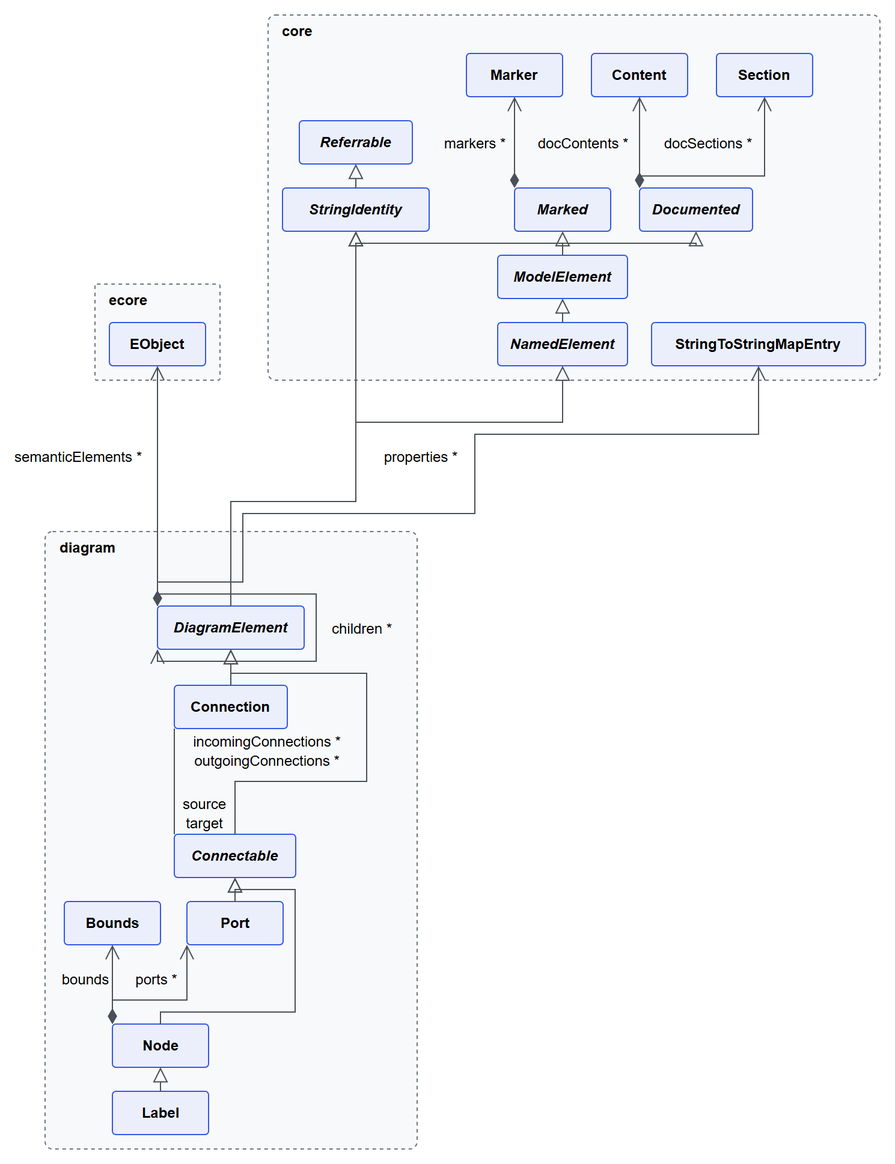
Nasdanika-SDK/runtime keeps this draw.io diagram as models/diagram/elk/src/test/resources/org/nasdanika/sdk/runtime/models/diagram/elk/tests/node-context.png. Above is the earlier version. Source tidied: cells renumbered, new cells last; positions are measured from the earlier drawing's top-left corner, leaving out a move shared by most shapes.
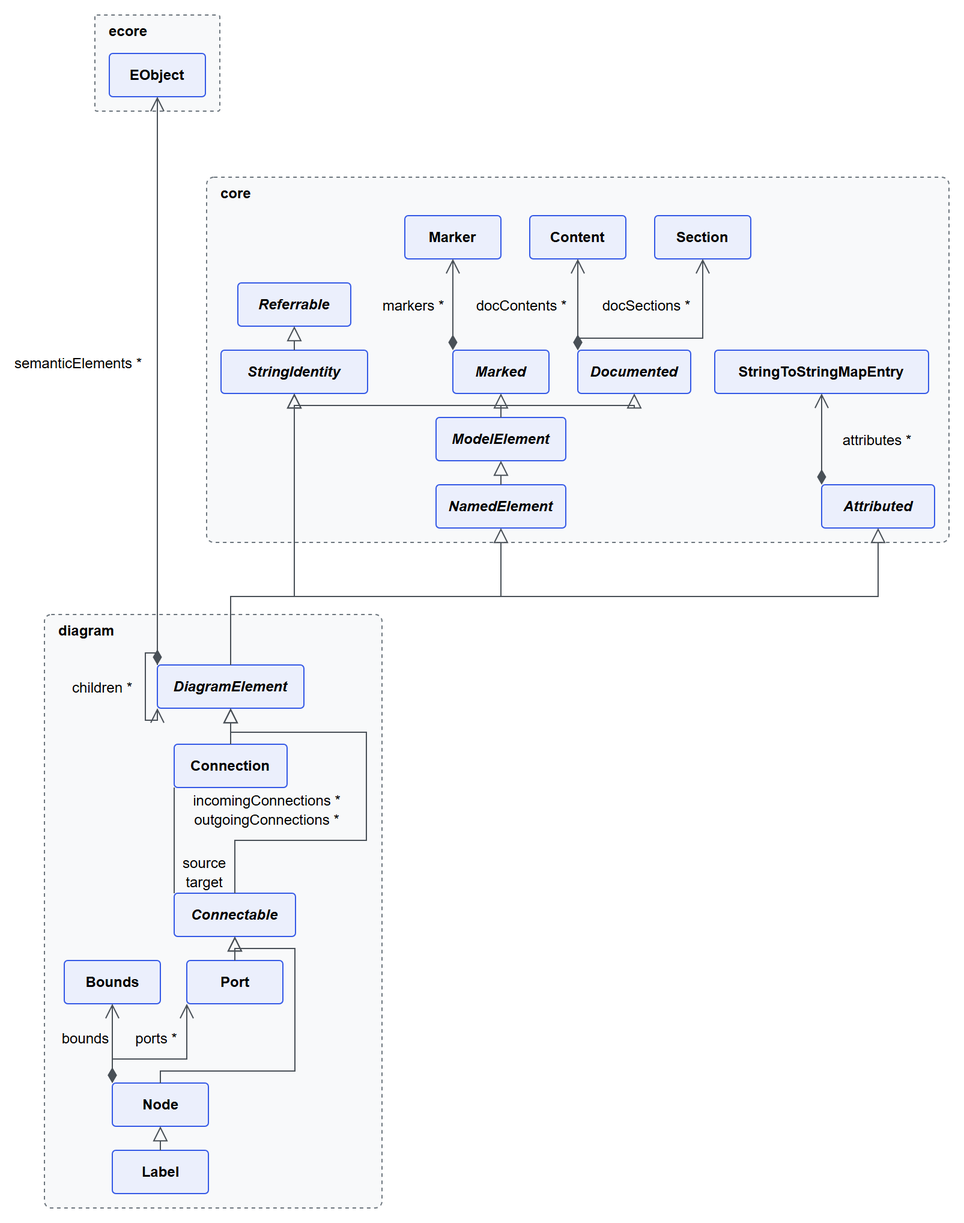
After the change.

Change to the diagram source:
```diff
@@ -3,31 +3,31 @@
     <mxCell id="0" />
     <mxCell id="1" parent="0" />
     <mxCell id="2" value="diagram" style="rounded=1;arcSize=2;whiteSpace=wrap;html=1;verticalAlign=top;align=left;spacingLeft=10;fontStyle=1;fontSize=12;fillColor=#F8F9FA;strokeColor=#6C757D;dashed=1;" parent="1" vertex="1">
-      <mxGeometry x="0.5" y="430" width="309.5" height="514" as="geometry" />
+      <mxGeometry y="499" width="281" height="494" as="geometry" />
     </mxCell>
     <mxCell id="3" value="Node" style="rounded=1;arcSize=8;whiteSpace=wrap;html=1;fillColor=#EBEFFC;strokeColor=#3459E6;fontSize=12;fontStyle=1;" parent="2" vertex="1">
-      <mxGeometry x="56" y="410" width="80" height="36" as="geometry" />
+      <mxGeometry x="56.5" y="390" width="80" height="36" as="geometry" />
     </mxCell>
     <mxCell id="4" value="DiagramElement" style="rounded=1;arcSize=8;whiteSpace=wrap;html=1;fillColor=#EBEFFC;strokeColor=#3459E6;fontSize=12;fontStyle=3;" parent="2" vertex="1">
-      <mxGeometry x="93.5" y="62" width="122" height="36" as="geometry" />
+      <mxGeometry x="94" y="42" width="122" height="36" as="geometry" />
     </mxCell>
     <mxCell id="5" value="Connectable" style="rounded=1;arcSize=8;whiteSpace=wrap;html=1;fillColor=#EBEFFC;strokeColor=#3459E6;fontSize=12;fontStyle=3;" parent="2" vertex="1">
-      <mxGeometry x="107.5" y="252" width="101" height="36" as="geometry" />
+      <mxGeometry x="108" y="232" width="101" height="36" as="geometry" />
     </mxCell>
     <mxCell id="6" value="Label" style="rounded=1;arcSize=8;whiteSpace=wrap;html=1;fillColor=#EBEFFC;strokeColor=#3459E6;fontSize=12;fontStyle=1;" parent="2" vertex="1">
-      <mxGeometry x="56" y="466" width="80" height="36" as="geometry" />
+      <mxGeometry x="56.5" y="446" width="80" height="36" as="geometry" />
     </mxCell>
     <mxCell id="7" value="Connection" style="rounded=1;arcSize=8;whiteSpace=wrap;html=1;fillColor=#EBEFFC;strokeColor=#3459E6;fontSize=12;fontStyle=1;" parent="2" vertex="1">
-      <mxGeometry x="107.5" y="128" width="94" height="36" as="geometry" />
+      <mxGeometry x="108" y="108" width="94" height="36" as="geometry" />
     </mxCell>
     <mxCell id="8" value="Bounds" style="rounded=1;arcSize=8;whiteSpace=wrap;html=1;fillColor=#EBEFFC;strokeColor=#3459E6;fontSize=12;fontStyle=1;" parent="2" vertex="1">
-      <mxGeometry x="16" y="308" width="80" height="36" as="geometry" />
+      <mxGeometry x="16.5" y="288" width="80" height="36" as="geometry" />
     </mxCell>
     <mxCell id="9" value="Port" style="rounded=1;arcSize=8;whiteSpace=wrap;html=1;fillColor=#EBEFFC;strokeColor=#3459E6;fontSize=12;fontStyle=1;" parent="2" vertex="1">
-      <mxGeometry x="118" y="308" width="80" height="36" as="geometry" />
+      <mxGeometry x="118.5" y="288" width="80" height="36" as="geometry" />
     </mxCell>
     <mxCell id="10" value="core" style="rounded=1;arcSize=2;whiteSpace=wrap;html=1;verticalAlign=top;align=left;spacingLeft=10;fontStyle=1;fontSize=12;fillColor=#F8F9FA;strokeColor=#6C757D;dashed=1;" parent="1" vertex="1">
-      <mxGeometry x="186" width="509" height="304" as="geometry" />
+      <mxGeometry x="135" y="135" width="618" height="304" as="geometry" />
     </mxCell>
     <mxCell id="11" value="Referrable" style="rounded=1;arcSize=8;whiteSpace=wrap;html=1;fillColor=#EBEFFC;strokeColor=#3459E6;fontSize=12;fontStyle=3;" parent="10" vertex="1">
       <mxGeometry x="26" y="88" width="94" height="36" as="geometry" />
@@ -47,6 +47,9 @@
     <mxCell id="16" value="NamedElement" style="rounded=1;arcSize=8;whiteSpace=wrap;html=1;fillColor=#EBEFFC;strokeColor=#3459E6;fontSize=12;fontStyle=3;" parent="10" vertex="1">
       <mxGeometry x="191" y="256" width="108" height="36" as="geometry" />
     </mxCell>
+    <mxCell id="57" value="Attributed" style="rounded=1;arcSize=8;whiteSpace=wrap;html=1;fillColor=#EBEFFC;strokeColor=#3459E6;fontSize=12;fontStyle=3;" parent="10" vertex="1">
+      <mxGeometry x="512" y="256" width="94" height="36" as="geometry" />
+    </mxCell>
     <mxCell id="17" value="Content" style="rounded=1;arcSize=8;whiteSpace=wrap;html=1;fillColor=#EBEFFC;strokeColor=#3459E6;fontSize=12;fontStyle=1;" parent="10" vertex="1">
       <mxGeometry x="269" y="32" width="80" height="36" as="geometry" />
     </mxCell>
@@ -57,10 +60,10 @@
       <mxGeometry x="165" y="32" width="80" height="36" as="geometry" />
     </mxCell>
     <mxCell id="20" value="StringToStringMapEntry" style="rounded=1;arcSize=8;whiteSpace=wrap;html=1;fillColor=#EBEFFC;strokeColor=#3459E6;fontSize=12;fontStyle=1;" parent="10" vertex="1">
-      <mxGeometry x="319" y="256" width="178" height="36" as="geometry" />
+      <mxGeometry x="423" y="144" width="178" height="36" as="geometry" />
     </mxCell>
     <mxCell id="21" value="ecore" style="rounded=1;arcSize=2;whiteSpace=wrap;html=1;verticalAlign=top;align=left;spacingLeft=10;fontStyle=1;fontSize=12;fillColor=#F8F9FA;strokeColor=#6C757D;dashed=1;" parent="1" vertex="1">
-      <mxGeometry x="42" y="224" width="104" height="80" as="geometry" />
+      <mxGeometry x="42" width="104" height="80" as="geometry" />
     </mxCell>
     <mxCell id="22" value="EObject" style="rounded=1;arcSize=8;whiteSpace=wrap;html=1;fillColor=#EBEFFC;strokeColor=#3459E6;fontSize=12;fontStyle=1;" parent="21" vertex="1">
       <mxGeometry x="12" y="32" width="80" height="36" as="geometry" />
@@ -68,10 +71,10 @@
     <mxCell id="23" style="exitX=0.5;exitDx=0.0;exitY=0.0;exitDy=0;entryX=0.5;entryDx=0.0;entryY=1.0;entryDy=0;edgeStyle=none;rounded=0;html=1;endSize=10;startSize=10;strokeColor=#495057;startArrow=none;endArrow=block;endFill=0;" parent="1" edge="1" source="3" target="5">
       <mxGeometry relative="1" as="geometry">
         <Array as="points">
-          <mxPoint x="96.5" y="830" />
-          <mxPoint x="208.5" y="830" />
-          <mxPoint x="208.5" y="728" />
-          <mxPoint x="158.5" y="728" />
+          <mxPoint x="96.5" y="879" />
+          <mxPoint x="208.5" y="879" />
+          <mxPoint x="208.5" y="777" />
+          <mxPoint x="158.5" y="777" />
         </Array>
       </mxGeometry>
     </mxCell>
@@ -81,16 +84,16 @@
     <mxCell id="25" style="exitX=0.5;exitDx=0.0;exitY=0.0;exitDy=0;entryX=0.5;entryDx=0.0;entryY=1.0;entryDy=0;edgeStyle=none;rounded=0;html=1;endSize=10;startSize=10;strokeColor=#495057;startArrow=none;endArrow=block;endFill=0;" parent="1" edge="1" source="15" target="12">
       <mxGeometry relative="1" as="geometry">
         <Array as="points">
-          <mxPoint x="431" y="190" />
-          <mxPoint x="259" y="190" />
+          <mxPoint x="380" y="325" />
+          <mxPoint x="208" y="325" />
         </Array>
       </mxGeometry>
     </mxCell>
     <mxCell id="26" style="exitX=0.5;exitDx=0.0;exitY=0.0;exitDy=0;entryX=0.5;entryDx=0.0;entryY=1.0;entryDy=0;edgeStyle=none;rounded=0;html=1;endSize=10;startSize=10;strokeColor=#495057;startArrow=none;endArrow=block;endFill=0;" parent="1" edge="1" source="15" target="13">
       <mxGeometry relative="1" as="geometry">
         <Array as="points">
-          <mxPoint x="431" y="190" />
-          <mxPoint x="542" y="190" />
+          <mxPoint x="380" y="325" />
+          <mxPoint x="491" y="325" />
         </Array>
       </mxGeometry>
     </mxCell>
@@ -103,28 +106,34 @@
     <mxCell id="29" style="exitX=0.5;exitDx=0.0;exitY=0.0;exitDy=0;entryX=0.5;entryDx=0.0;entryY=1.0;entryDy=0;edgeStyle=none;rounded=0;html=1;endSize=10;startSize=10;strokeColor=#495057;startArrow=none;endArrow=block;endFill=0;" parent="1" edge="1" source="4" target="16">
       <mxGeometry relative="1" as="geometry">
         <Array as="points">
-          <mxPoint x="155" y="405" />
-          <mxPoint x="259" y="405" />
-          <mxPoint x="259" y="339" />
-          <mxPoint x="431" y="339" />
+          <mxPoint x="155" y="484" />
+          <mxPoint x="380" y="484" />
         </Array>
       </mxGeometry>
     </mxCell>
     <mxCell id="30" style="exitX=0.5;exitDx=0.0;exitY=0.0;exitDy=0;entryX=0.5;entryDx=0.0;entryY=1.0;entryDy=0;edgeStyle=none;rounded=0;html=1;endSize=10;startSize=10;strokeColor=#495057;startArrow=none;endArrow=block;endFill=0;" parent="1" edge="1" source="4" target="12">
       <mxGeometry relative="1" as="geometry">
         <Array as="points">
-          <mxPoint x="155" y="405" />
-          <mxPoint x="259" y="405" />
+          <mxPoint x="155" y="484" />
+          <mxPoint x="208" y="484" />
         </Array>
       </mxGeometry>
     </mxCell>
+    <mxCell id="58" style="exitX=0.5;exitDx=0.0;exitY=0.0;exitDy=0;entryX=0.5;entryDx=0.0;entryY=1.0;entryDy=0;edgeStyle=none;rounded=0;html=1;endSize=10;startSize=10;strokeColor=#495057;startArrow=none;endArrow=block;endFill=0;" parent="1" edge="1" source="4" target="57">
+      <mxGeometry relative="1" as="geometry">
+        <Array as="points">
+          <mxPoint x="155" y="484" />
+          <mxPoint x="694" y="484" />
+        </Array>
+      </mxGeometry>
+    </mxCell>
     <mxCell id="31" style="exitX=0.5;exitDx=0.0;exitY=0.0;exitDy=0;entryX=0.5;entryDx=0.0;entryY=1.0;entryDy=0;edgeStyle=none;rounded=0;html=1;endSize=10;startSize=10;strokeColor=#495057;startArrow=none;endArrow=block;endFill=0;" parent="1" edge="1" source="5" target="4">
       <mxGeometry relative="1" as="geometry">
         <Array as="points">
-          <mxPoint x="158.5" y="638" />
-          <mxPoint x="268" y="638" />
-          <mxPoint x="268" y="548" />
-          <mxPoint x="155" y="548" />
+          <mxPoint x="158.5" y="687" />
+          <mxPoint x="268" y="687" />
+          <mxPoint x="268" y="597" />
+          <mxPoint x="155" y="597" />
         </Array>
       </mxGeometry>
     </mxCell>
@@ -148,8 +157,8 @@
     <mxCell id="37" style="exitX=0.0;exitDx=0.0;exitY=0.0;exitDy=0;entryX=0.0;entryDx=0.0;entryY=1.0;entryDy=0;edgeStyle=none;rounded=0;html=1;endSize=10;startSize=10;strokeColor=#495057;startArrow=diamondThin;startFill=1;endArrow=open;endFill=0;" parent="1" edge="1" source="3" target="9">
       <mxGeometry relative="1" as="geometry">
         <Array as="points">
-          <mxPoint x="56.5" y="820" />
-          <mxPoint x="118.5" y="820" />
+          <mxPoint x="56.5" y="869" />
+          <mxPoint x="118.5" y="869" />
         </Array>
       </mxGeometry>
     </mxCell>
@@ -169,8 +178,8 @@
     <mxCell id="41" style="exitX=0.0;exitDx=0.0;exitY=0.0;exitDy=0;entryX=0.5;entryDx=0.0;entryY=1.0;entryDy=0;edgeStyle=none;rounded=0;html=1;endSize=10;startSize=10;strokeColor=#495057;startArrow=diamondThin;startFill=1;endArrow=open;endFill=0;" parent="1" edge="1" source="13" target="18">
       <mxGeometry relative="1" as="geometry">
         <Array as="points">
-          <mxPoint x="495" y="134" />
-          <mxPoint x="599" y="134" />
+          <mxPoint x="444" y="269" />
+          <mxPoint x="548" y="269" />
         </Array>
       </mxGeometry>
     </mxCell>
@@ -187,44 +196,35 @@
         <mxPoint x="-33.5" as="offset" />
       </mxGeometry>
     </mxCell>
-    <mxCell id="45" style="exitX=0.0;exitDx=0.0;exitY=0.0;exitDy=0;entryX=0.5;entryDx=0.0;entryY=1.0;entryDy=0;edgeStyle=none;rounded=0;html=1;endSize=10;startSize=10;strokeColor=#495057;startArrow=diamondThin;startFill=1;endArrow=open;endFill=0;" parent="1" edge="1" source="4" target="20">
-      <mxGeometry relative="1" as="geometry">
-        <Array as="points">
-          <mxPoint x="94" y="472" />
-          <mxPoint x="165" y="472" />
-          <mxPoint x="165" y="415" />
-          <mxPoint x="358" y="415" />
-          <mxPoint x="358" y="349" />
-          <mxPoint x="594" y="349" />
-        </Array>
-      </mxGeometry>
-    </mxCell>
-    <mxCell id="46" value="properties *" style="edgeLabel;html=1;align=center;verticalAlign=middle;fontSize=12;labelBackgroundColor=none;" parent="45" vertex="1">
-      <mxGeometry relative="1" as="geometry">
-        <mxPoint x="-46" y="-39" as="offset" />
-      </mxGeometry>
-    </mxCell>
+    <mxCell id="59" style="exitX=0.0;exitDx=0.0;exitY=0.0;exitDy=0;entryX=0.5;entryDx=0.0;entryY=1.0;entryDy=0;edgeStyle=none;rounded=0;html=1;endSize=10;startSize=10;strokeColor=#495057;startArrow=diamondThin;startFill=1;endArrow=open;endFill=0;" parent="1" edge="1" source="57" target="20">
+      <mxGeometry relative="1" as="geometry" />
+    </mxCell>
+    <mxCell id="60" value="attributes *" style="edgeLabel;html=1;align=center;verticalAlign=middle;fontSize=12;labelBackgroundColor=none;" parent="59" vertex="1">
+      <mxGeometry relative="1" as="geometry">
+        <mxPoint x="45" as="offset" />
+      </mxGeometry>
+    </mxCell>
     <mxCell id="47" style="exitX=0.0;exitDx=0.0;exitY=0.0;exitDy=0;entryX=0.5;entryDx=0.0;entryY=1.0;entryDy=0;edgeStyle=none;rounded=0;html=1;endSize=10;startSize=10;strokeColor=#495057;startArrow=none;endArrow=open;endFill=0;" parent="1" edge="1" source="4" target="22">
       <mxGeometry relative="1" as="geometry" />
     </mxCell>
     <mxCell id="48" value="semanticElements *" style="edgeLabel;html=1;align=center;verticalAlign=middle;fontSize=12;labelBackgroundColor=none;" parent="47" vertex="1">
       <mxGeometry relative="1" as="geometry">
-        <mxPoint x="-67" y="-25" as="offset" />
+        <mxPoint x="-67" y="-15" as="offset" />
       </mxGeometry>
     </mxCell>
     <mxCell id="49" style="exitX=0.0;exitDx=0.0;exitY=0.0;exitDy=0;entryX=0.0;entryDx=0.0;entryY=1.0;entryDy=0;edgeStyle=none;rounded=0;html=1;endSize=10;startSize=10;strokeColor=#495057;startArrow=diamondThin;startFill=1;endArrow=open;endFill=0;" parent="1" edge="1" source="4" target="4">
       <mxGeometry relative="1" as="geometry">
         <Array as="points">
-          <mxPoint x="94" y="482" />
-          <mxPoint x="226" y="482" />
-          <mxPoint x="226" y="538" />
-          <mxPoint x="94" y="538" />
+          <mxPoint x="94" y="531" />
+          <mxPoint x="84" y="531" />
+          <mxPoint x="84" y="587" />
+          <mxPoint x="94" y="587" />
         </Array>
       </mxGeometry>
     </mxCell>
     <mxCell id="50" value="children *" style="edgeLabel;html=1;align=center;verticalAlign=middle;fontSize=12;labelBackgroundColor=none;" parent="49" vertex="1">
       <mxGeometry relative="1" as="geometry">
-        <mxPoint x="37" as="offset" />
+        <mxPoint x="-37" as="offset" />
       </mxGeometry>
     </mxCell>
     <mxCell id="51" style="exitX=0.0;exitDx=0.0;exitY=0.0;exitDy=0;entryX=0.0;entryDx=0.0;entryY=1.0;entryDy=0;edgeStyle=none;rounded=0;html=1;endSize=10;startSize=10;strokeColor=#495057;startArrow=none;endArrow=none;" parent="1" edge="1" source="5" target="7">
```
